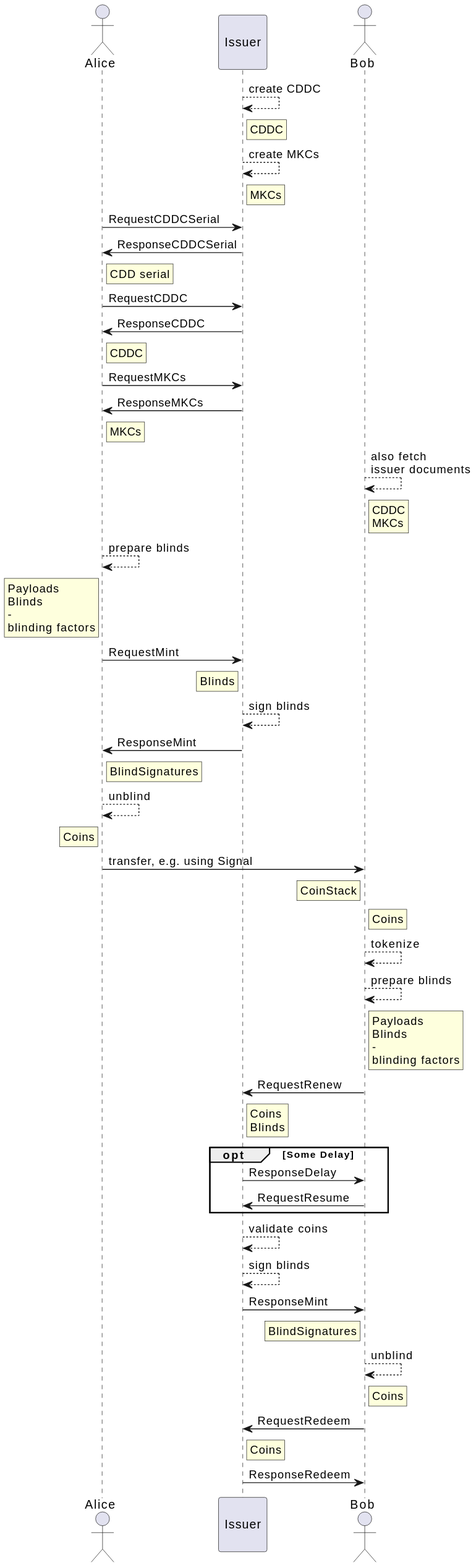
The PlantUML diagram v4/docs/sequence.svg in OpenCoin/opencoin-playground, before a commit. The source it was exported from:
```plantuml
@startuml

actor Alice as alice
participant "\nIssuer\n" as  issuer
actor Bob as bob

issuer --> issuer: create CDDC
rnote right of issuer: CDDC
issuer --> issuer: create MKCs
rnote right of issuer: MKCs


alice->issuer: RequestCDDCSerial
issuer->alice: ResponseCDDCSerial
rnote right of alice: CDD serial

alice->issuer: RequestCDDC
issuer->alice:  ResponseCDDC
rnote right of alice: CDDC

alice->issuer: RequestMKCs
issuer->alice: ResponseMKCs
rnote right of alice: MKCs

bob-->bob: also fetch\nissuer documents
rnote right of bob: CDDC\nMKCs

alice --> alice: prepare blinds
rnote left of alice: Payloads\nBlinds\n-\nblinding factors

alice -> issuer: RequestMint
rnote left of issuer: Blinds

issuer --> issuer: sign blinds

issuer -> alice: ResponseMint
rnote right of alice: BlindSignatures

alice --> alice: unblind
rnote left of alice: Coins

alice -> bob: transfer, e.g. using Signal
rnote left of bob: CoinStack
rnote right of bob: Coins

bob --> bob: tokenize

bob --> bob: prepare blinds
rnote right of bob: Payloads\nBlinds\n-\nblinding factors

bob -> issuer: RequestRenew
rnote right of issuer: Coins\nBlinds

opt Some Delay
    issuer -> bob: ResponseDelay
    bob -> issuer: RequestResume
end

issuer-->issuer: validate coins
issuer --> issuer: sign blinds
issuer -> bob: ResponseMint
rnote left of bob: BlindSignatures

bob --> bob: unblind
rnote right of bob: Coins

bob -> issuer: RequestRedeem
rnote right of issuer: Coins
issuer->bob: ResponseRedeem




@enduml
```
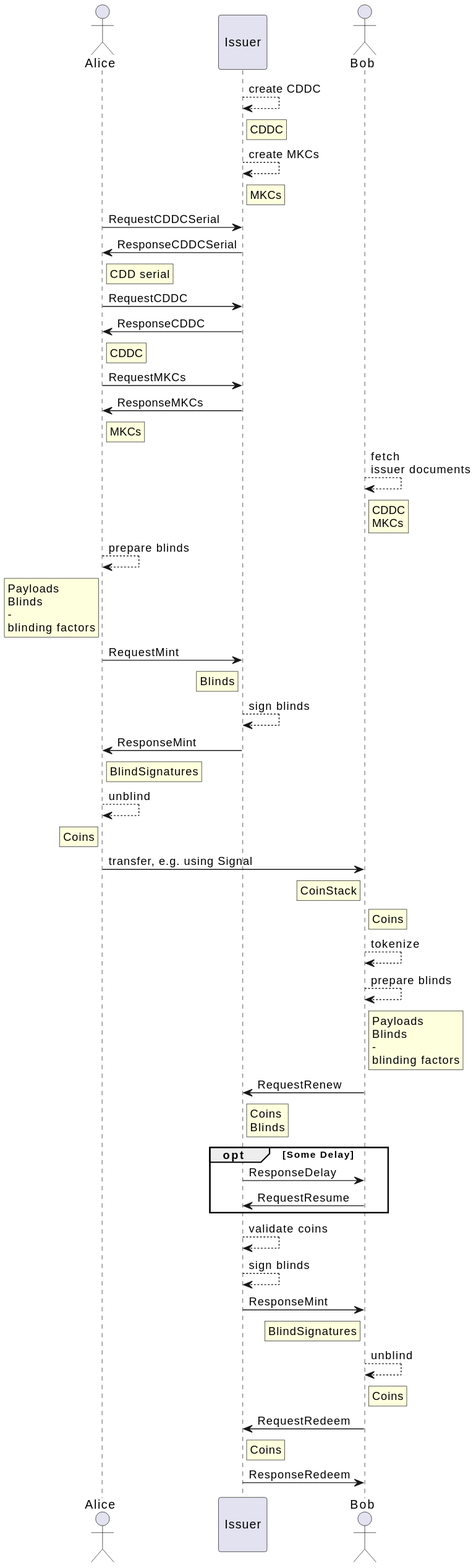
Later version of the same file.

Diff of the diagram source:
```diff
@@ -22,7 +22,7 @@
 issuer->alice: ResponseMKCs
 rnote right of alice: MKCs
 
-bob-->bob: also fetch\nissuer documents
+bob-->bob: fetch\nissuer documents
 rnote right of bob: CDDC\nMKCs
 
 alice --> alice: prepare blinds
```
